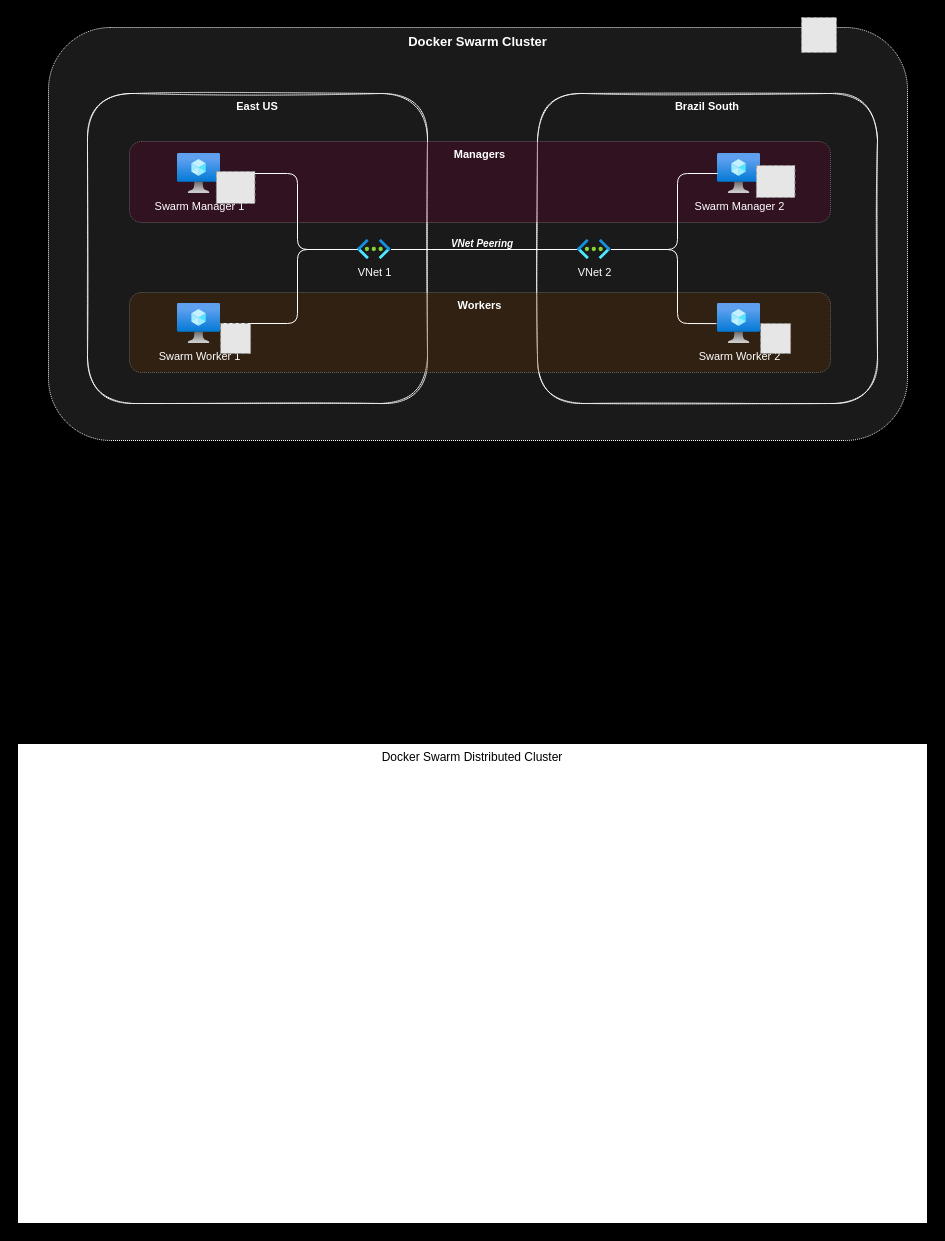
This is diagram.drawio from epomatti/ansible-docker-swarm, a draw.io file, before an edit. Source tidied: cells renumbered, new cells numbered last; positions are measured from the earlier drawing's top-left corner, leaving out a move shared by most shapes. Both pictures are drawn from the tidied source at 100%, with x=0, y=0 at pixel (17, 17). Pictures stored in the file or linked from it are replaced by grey dashed boxes.
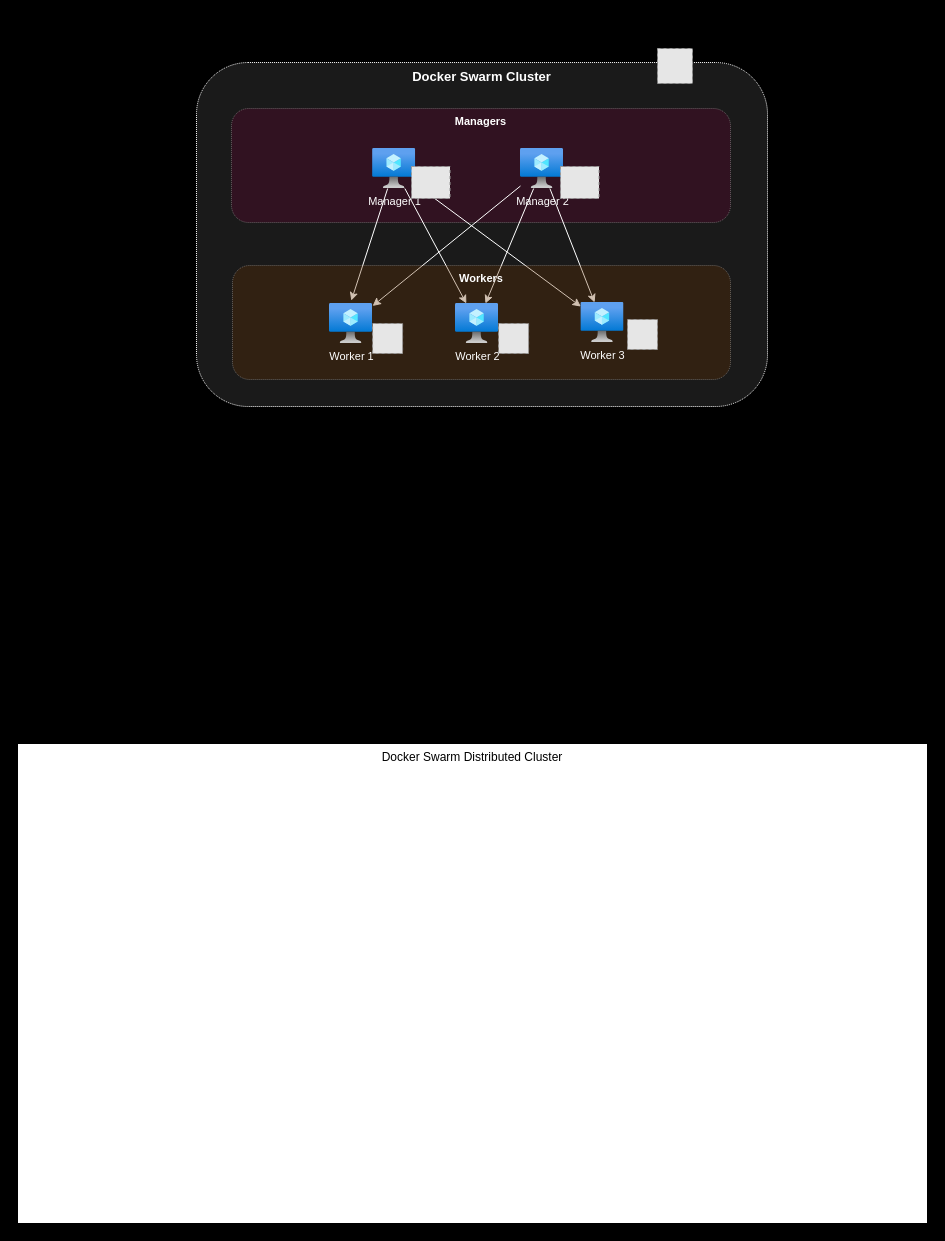
Above is the later version.

Diff of the diagram source:
```diff
@@
     <mxCell id="2" value="Docker Swarm Cluster" style="whiteSpace=wrap;html=1;dashed=1;dashPattern=1 1;fontSize=13;align=center;verticalAlign=top;fontColor=#FFFFFF;strokeColor=#FFFFFF;rounded=1;fontStyle=1;sketch=0;fillColor=#1A1A1A;" parent="1" vertex="1">
-      <mxGeometry x="31" y="10" width="859" height="413" as="geometry" />
+      <mxGeometry x="179" y="45" width="571" height="344" as="geometry" />
     </mxCell>
-    <mxCell id="3" value="Brazil South" style="whiteSpace=wrap;html=1;dashed=1;dashPattern=1 1;fontSize=11;fillColor=none;align=center;verticalAlign=top;fontColor=#FFFFFF;strokeColor=#FFFFFF;fontStyle=1;rounded=1;glass=0;shadow=0;sketch=1;" parent="1" vertex="1">
-      <mxGeometry x="520" y="76" width="340" height="310" as="geometry" />
-    </mxCell>
-    <mxCell id="4" value="East US" style="whiteSpace=wrap;html=1;dashed=1;dashPattern=1 1;fontSize=11;fillColor=none;align=center;verticalAlign=top;fontColor=#FFFFFF;strokeColor=#FFFFFF;rounded=1;fontStyle=1;sketch=1;" parent="1" vertex="1">
-      <mxGeometry x="70" y="76" width="340" height="310" as="geometry" />
-    </mxCell>
@@
-    <mxCell id="6" style="edgeStyle=none;jettySize=auto;html=1;fontSize=10;startArrow=none;startFill=0;endArrow=none;endFill=0;strokeColor=#FFFFFF;" parent="1" edge="1" source="7" target="9">
-      <mxGeometry relative="1" as="geometry" />
-    </mxCell>
-    <mxCell id="7" value="VNet 1" style="html=1;points=[];align=center;image;fontSize=11;image=img/lib/azure2/networking/Virtual_Networks.svg;fontColor=#FFFFFF;labelBackgroundColor=none;" parent="1" vertex="1">
-      <mxGeometry x="340" y="222" width="33.5" height="20" as="geometry" />
-    </mxCell>
-    <mxCell id="8" style="edgeStyle=none;jettySize=auto;html=1;fontSize=10;startArrow=none;startFill=0;endArrow=none;endFill=0;" parent="1" edge="1" source="9" target="14">
-      <mxGeometry relative="1" as="geometry">
-        <Array as="points">
-          <mxPoint x="660" y="232" />
-          <mxPoint x="660" y="156" />
-        </Array>
-      </mxGeometry>
-    </mxCell>
-    <mxCell id="9" value="VNet 2" style="html=1;points=[];align=center;image;fontSize=11;image=img/lib/azure2/networking/Virtual_Networks.svg;fontColor=#FFFFFF;labelBackgroundColor=none;" parent="1" vertex="1">
-      <mxGeometry x="560" y="222" width="33.5" height="20" as="geometry" />
-    </mxCell>
-    <mxCell id="10" value="VNet Peering" style="text;html=1;strokeColor=none;fillColor=none;align=center;verticalAlign=middle;whiteSpace=wrap;dashed=1;dashPattern=1 1;fontSize=10;fontStyle=3;fontColor=#FFFFFF;" parent="1" vertex="1">
-      <mxGeometry x="420" y="216" width="90" height="20" as="geometry" />
-    </mxCell>
     <mxCell id="11" style="fillColor=#E6E6E6;strokeColor=#999999;dashed=1;verticalLabelPosition=bottom;labelBackgroundColor=#ffffff;verticalAlign=top;" parent="1" vertex="1">
-      <mxGeometry x="784" width="35" height="35" as="geometry" />
+      <mxGeometry x="640" y="31" width="35" height="35" as="geometry" />
     </mxCell>
     <mxCell id="12" value="Managers" style="whiteSpace=wrap;html=1;dashed=1;dashPattern=1 1;fontSize=11;align=center;verticalAlign=top;fontColor=#FFFFFF;strokeColor=#FFFFFF;rounded=1;fontStyle=1;sketch=0;opacity=30;fillColor=#660033;" parent="1" vertex="1">
-      <mxGeometry x="112" y="124" width="701" height="81" as="geometry" />
+      <mxGeometry x="214" y="91" width="499" height="114" as="geometry" />
     </mxCell>
-    <mxCell id="13" style="edgeStyle=none;jettySize=auto;html=1;fontSize=11;startArrow=none;startFill=0;endArrow=none;endFill=0;strokeColor=#FFFFFF;" parent="1" edge="1" source="7" target="16">
-      <mxGeometry relative="1" as="geometry">
-        <Array as="points">
-          <mxPoint x="280" y="232" />
-          <mxPoint x="280" y="156" />
-        </Array>
-      </mxGeometry>
-    </mxCell>
+    <mxCell id="26" style="edgeStyle=none;rounded=0;sketch=0;jettySize=auto;html=1;fontSize=13;fontColor=#FFFFFF;strokeColor=#FFFFFF;" parent="1" edge="1" source="14" target="24">
+      <mxGeometry relative="1" as="geometry" />
+    </mxCell>
+    <mxCell id="27" style="edgeStyle=none;rounded=0;sketch=0;jettySize=auto;html=1;fontSize=13;fontColor=#FFFFFF;strokeColor=#FFFFFF;" parent="1" edge="1" source="14" target="22">
+      <mxGeometry relative="1" as="geometry" />
+    </mxCell>
+    <mxCell id="28" style="edgeStyle=none;rounded=0;sketch=0;jettySize=auto;html=1;fontSize=13;fontColor=#FFFFFF;strokeColor=#FFFFFF;" parent="1" edge="1" source="14" target="32">
+      <mxGeometry relative="1" as="geometry" />
+    </mxCell>
-    <mxCell id="14" value="Swarm Manager 2" style="html=1;points=[];align=center;image;fontSize=11;image=img/lib/azure2/compute/Virtual_Machine.svg;fontColor=#FFFFFF;labelBackgroundColor=none;" parent="1" vertex="1">
-      <mxGeometry x="700" y="136" width="43.1" height="40" as="geometry" />
+    <mxCell id="14" value="Manager 2" style="html=1;points=[];align=center;image;fontSize=11;image=img/lib/azure2/compute/Virtual_Machine.svg;fontColor=#FFFFFF;labelBackgroundColor=none;" parent="1" vertex="1">
+      <mxGeometry x="503" y="131" width="43.1" height="40" as="geometry" />
     </mxCell>
-    <mxCell id="15" style="edgeStyle=none;jettySize=auto;html=1;fontSize=10;startArrow=none;startFill=0;endArrow=none;endFill=0;strokeColor=#FFFFFF;" parent="1" edge="1" source="9" target="14">
-      <mxGeometry relative="1" as="geometry">
-        <Array as="points">
-          <mxPoint x="660" y="232" />
-          <mxPoint x="660" y="156" />
-        </Array>
-      </mxGeometry>
-    </mxCell>
+    <mxCell id="29" style="rounded=0;sketch=0;jettySize=auto;html=1;entryX=0.506;entryY=-0.071;entryDx=0;entryDy=0;entryPerimeter=0;fontSize=13;fontColor=#FFFFFF;strokeColor=#FFFFFF;" parent="1" edge="1" source="16" target="24">
+      <mxGeometry relative="1" as="geometry" />
+    </mxCell>
+    <mxCell id="30" style="edgeStyle=none;rounded=0;sketch=0;jettySize=auto;html=1;fontSize=13;fontColor=#FFFFFF;strokeColor=#FFFFFF;" parent="1" edge="1" source="16" target="22">
+      <mxGeometry relative="1" as="geometry" />
+    </mxCell>
+    <mxCell id="31" style="edgeStyle=none;rounded=0;sketch=0;jettySize=auto;html=1;fontSize=13;fontColor=#FFFFFF;strokeColor=#FFFFFF;" parent="1" edge="1" source="16" target="32">
+      <mxGeometry relative="1" as="geometry" />
+    </mxCell>
-    <mxCell id="16" value="Swarm Manager 1" style="html=1;points=[];align=center;image;fontSize=11;image=img/lib/azure2/compute/Virtual_Machine.svg;fontColor=#FFFFFF;labelBackgroundColor=none;" parent="1" vertex="1">
-      <mxGeometry x="160" y="136" width="43.1" height="40" as="geometry" />
+    <mxCell id="16" value="Manager 1" style="html=1;points=[];align=center;image;fontSize=11;image=img/lib/azure2/compute/Virtual_Machine.svg;fontColor=#FFFFFF;labelBackgroundColor=none;" parent="1" vertex="1">
+      <mxGeometry x="355.1" y="131" width="43.1" height="40" as="geometry" />
     </mxCell>
     <mxCell id="17" style="fillColor=#E6E6E6;strokeColor=#999999;dashed=1;verticalLabelPosition=bottom;labelBackgroundColor=#ffffff;verticalAlign=top;" parent="1" vertex="1">
-      <mxGeometry x="198.9" y="154" width="38.5" height="32" as="geometry" />
+      <mxGeometry x="394" y="149" width="38.5" height="32" as="geometry" />
     </mxCell>
     <mxCell id="18" style="fillColor=#E6E6E6;strokeColor=#999999;dashed=1;verticalLabelPosition=bottom;labelBackgroundColor=#ffffff;verticalAlign=top;" parent="1" vertex="1">
-      <mxGeometry x="738.9" y="148" width="38.5" height="32" as="geometry" />
+      <mxGeometry x="543" y="149" width="38.5" height="32" as="geometry" />
     </mxCell>
     <mxCell id="19" value="Workers" style="whiteSpace=wrap;html=1;dashed=1;dashPattern=1 1;fontSize=11;align=center;verticalAlign=top;fontColor=#FFFFFF;strokeColor=#FFFFFF;rounded=1;fontStyle=1;sketch=0;opacity=30;fillColor=#663300;" parent="1" vertex="1">
-      <mxGeometry x="112" y="275" width="701" height="80" as="geometry" />
+      <mxGeometry x="215" y="248" width="498" height="114" as="geometry" />
     </mxCell>
-    <mxCell id="20" style="edgeStyle=none;jettySize=auto;html=1;fontSize=11;startArrow=none;startFill=0;endArrow=none;endFill=0;strokeColor=#FFFFFF;" parent="1" edge="1" source="7" target="24">
-      <mxGeometry relative="1" as="geometry">
-        <Array as="points">
-          <mxPoint x="280" y="232" />
-          <mxPoint x="280" y="306" />
-        </Array>
-      </mxGeometry>
-    </mxCell>
-    <mxCell id="21" style="edgeStyle=none;jettySize=auto;html=1;entryX=-0.021;entryY=0.503;entryDx=0;entryDy=0;entryPerimeter=0;fontSize=10;startArrow=none;startFill=0;endArrow=none;endFill=0;strokeColor=#FFFFFF;" parent="1" edge="1" source="9" target="22">
-      <mxGeometry relative="1" as="geometry">
-        <Array as="points">
-          <mxPoint x="660" y="232" />
-          <mxPoint x="660" y="306" />
-        </Array>
-      </mxGeometry>
-    </mxCell>
-    <mxCell id="22" value="Swarm Worker 2" style="html=1;points=[];align=center;image;fontSize=11;image=img/lib/azure2/compute/Virtual_Machine.svg;fontColor=#FFFFFF;labelBackgroundColor=none;" parent="1" vertex="1">
-      <mxGeometry x="700" y="286" width="43.1" height="40" as="geometry" />
+    <mxCell id="22" value="Worker 2" style="html=1;points=[];align=center;image;fontSize=11;image=img/lib/azure2/compute/Virtual_Machine.svg;fontColor=#FFFFFF;labelBackgroundColor=none;" parent="1" vertex="1">
+      <mxGeometry x="438" y="286" width="43.1" height="40" as="geometry" />
     </mxCell>
     <mxCell id="23" style="fillColor=#E6E6E6;strokeColor=#999999;dashed=1;html=1;verticalAlign=top;verticalLabelPosition=bottom;labelBackgroundColor=#ffffff;fontSize=10;" parent="1" vertex="1">
-      <mxGeometry x="743.1" y="306" width="30" height="30" as="geometry" />
+      <mxGeometry x="481.1" y="306" width="30" height="30" as="geometry" />
     </mxCell>
-    <mxCell id="24" value="Swarm Worker 1" style="html=1;points=[];align=center;image;fontSize=11;image=img/lib/azure2/compute/Virtual_Machine.svg;fontColor=#FFFFFF;labelBackgroundColor=none;" parent="1" vertex="1">
-      <mxGeometry x="160" y="286" width="43.1" height="40" as="geometry" />
+    <mxCell id="24" value="Worker 1" style="html=1;points=[];align=center;image;fontSize=11;image=img/lib/azure2/compute/Virtual_Machine.svg;fontColor=#FFFFFF;labelBackgroundColor=none;" parent="1" vertex="1">
+      <mxGeometry x="312" y="286" width="43.1" height="40" as="geometry" />
     </mxCell>
     <mxCell id="25" style="fillColor=#E6E6E6;strokeColor=#999999;dashed=1;html=1;verticalAlign=top;verticalLabelPosition=bottom;labelBackgroundColor=#ffffff;fontSize=10;" parent="1" vertex="1">
-      <mxGeometry x="203.1" y="306" width="30" height="30" as="geometry" />
+      <mxGeometry x="355.1" y="306" width="30" height="30" as="geometry" />
     </mxCell>
+    <mxCell id="32" value="Worker 3" style="html=1;points=[];align=center;image;fontSize=11;image=img/lib/azure2/compute/Virtual_Machine.svg;fontColor=#FFFFFF;labelBackgroundColor=none;" parent="1" vertex="1">
+      <mxGeometry x="563.4" y="285" width="43.1" height="40" as="geometry" />
+    </mxCell>
+    <mxCell id="33" style="fillColor=#E6E6E6;strokeColor=#999999;dashed=1;html=1;verticalAlign=top;verticalLabelPosition=bottom;labelBackgroundColor=#ffffff;fontSize=10;" parent="1" vertex="1">
+      <mxGeometry x="610" y="302" width="30" height="30" as="geometry" />
+    </mxCell>
```
